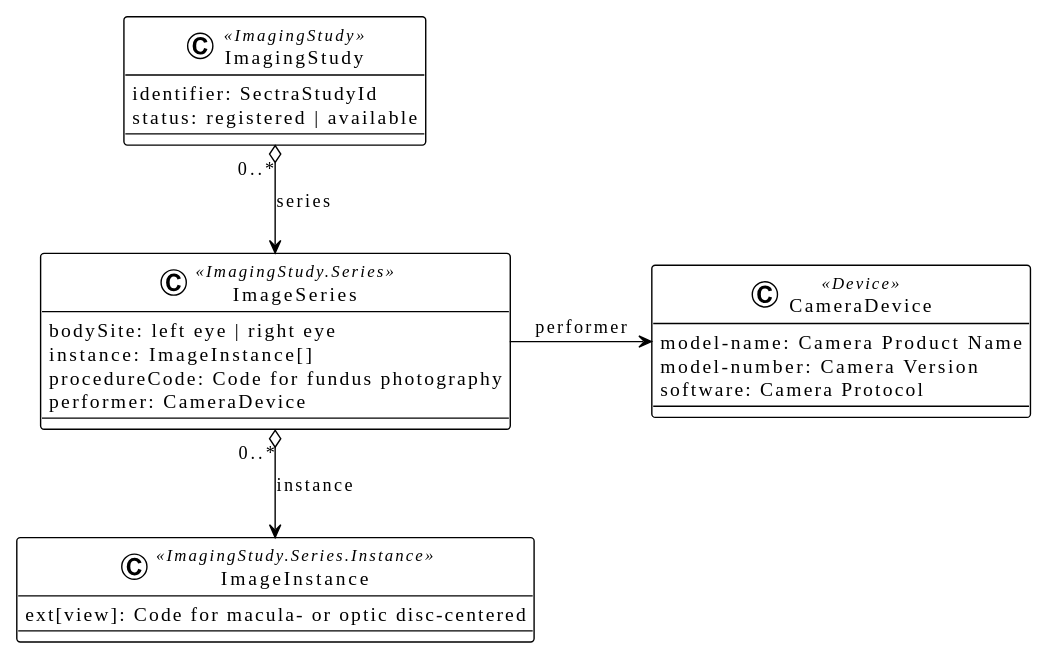
Earlier version of the PlantUML export docs/imagingstudy-structure.svg (DIPSAS/DIPS-RetinaIntegration-IG).
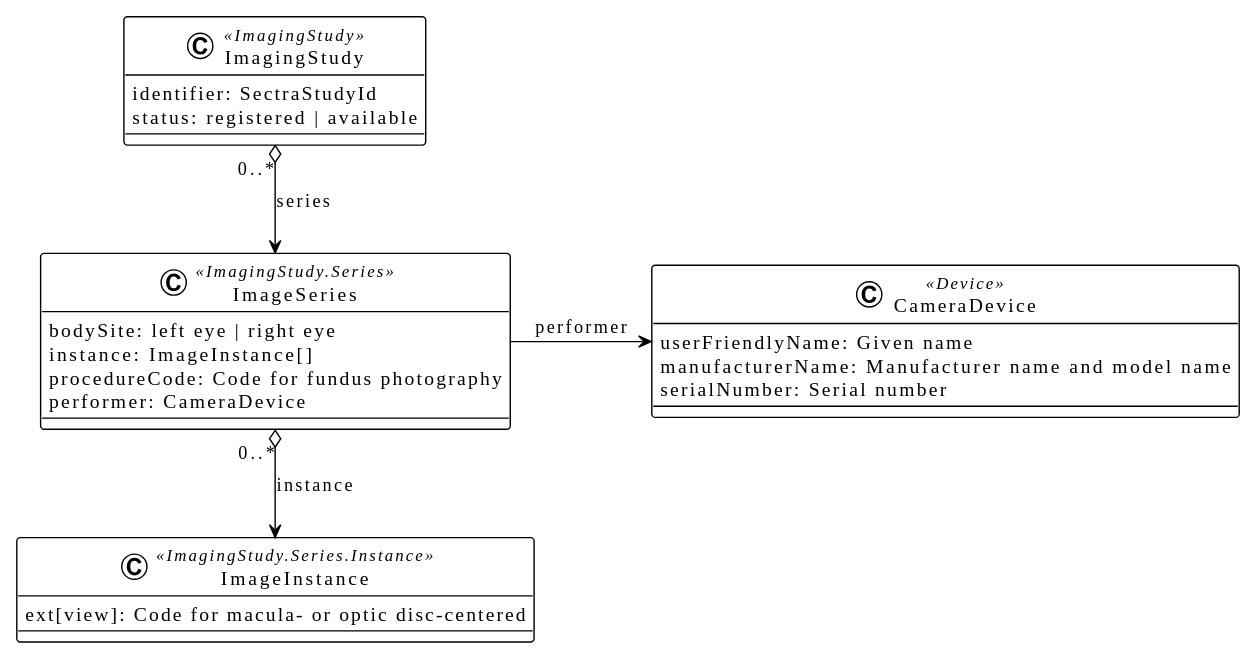
The same file after the commit.

What changed in the source:
```diff
@@ -18,9 +18,9 @@
 }
 
 Class CameraDevice <<Device>> {
-  model-name: Camera Product Name
-  model-number: Camera Version
-  software: Camera Protocol
+  userFriendlyName: Given name
+  manufacturerName: Manufacturer name and model name
+  serialNumber: Serial number
 }
 
 is "0..*" o--> iss : "series"
```
